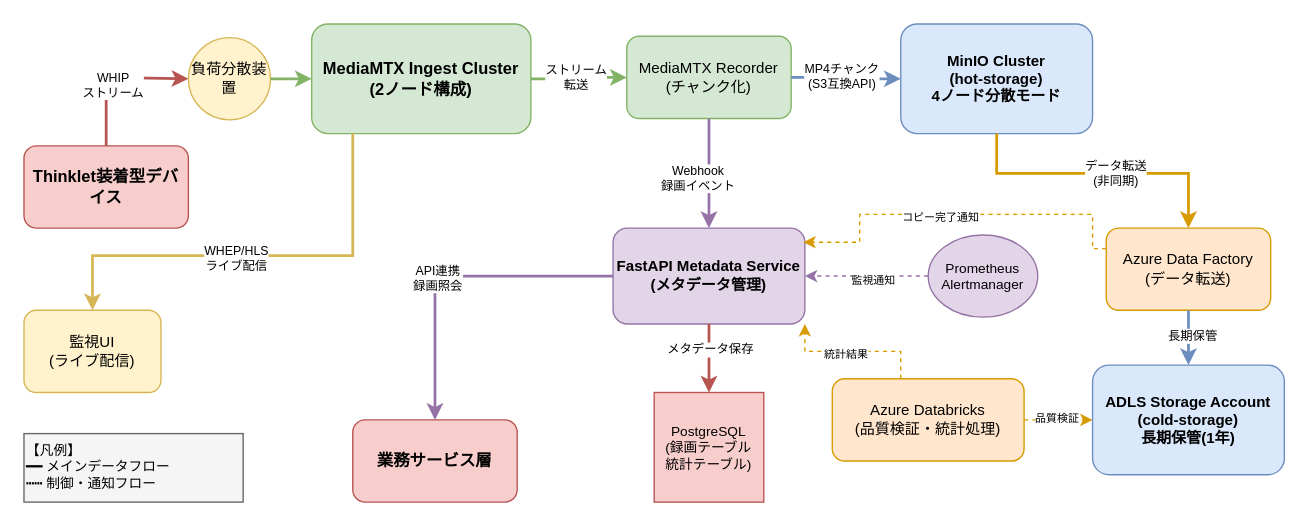
The draw.io diagram docs/03000_設計書/03020_配信・記録層設計/03022_配信・記録層詳細設計/配信・記録層システム関連図.drawio in daichiTAAA/AirakuVision, before the edit. Source tidied: cells renumbered, new cells numbered last; positions are measured from the earlier drawing's top-left corner, leaving out a move shared by most shapes. Both pictures are drawn from the tidied source at 137%, with x=0, y=0 at pixel (23, 23).
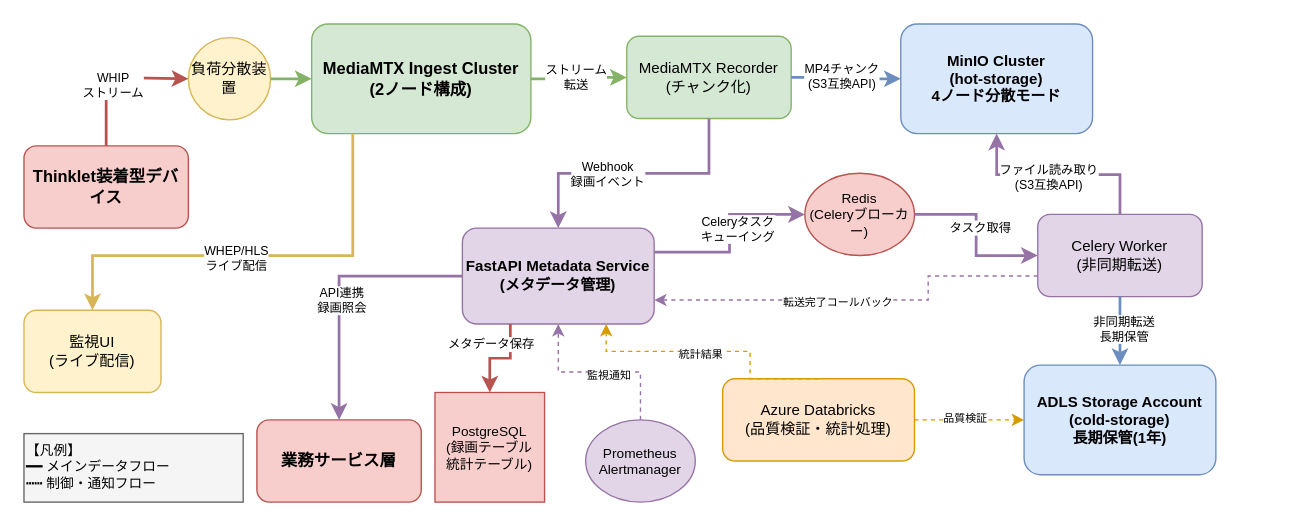
The same page after the edit.

Unchanged cells that the change refers to:
```xml
<mxCell id="6" value="MinIO Cluster&#10;(hot-storage)&#10;4ノード分散モード" style="rounded=1;whiteSpace=wrap;html=1;fillColor=#dae8fc;strokeColor=#6c8ebf;fontSize=11;fontStyle=1;" parent="1" vertex="1">
  <mxGeometry x="640" width="140" height="80" as="geometry" />
</mxCell>
```

What changed in the source:
```diff
@@
-<mxGraphModel>
+<mxGraphModel background="#ffffff">
@@
     <mxCell id="7" value="FastAPI Metadata Service&#10;(メタデータ管理)" style="rounded=1;whiteSpace=wrap;html=1;fillColor=#e1d5e7;strokeColor=#9673a6;fontSize=11;fontStyle=1;" parent="1" vertex="1">
-      <mxGeometry x="430" y="149" width="140" height="70" as="geometry" />
+      <mxGeometry x="320" y="149" width="140" height="70" as="geometry" />
     </mxCell>
     <mxCell id="8" value="PostgreSQL&#10;(録画テーブル&#10;統計テーブル)" style="cylinder3;whiteSpace=wrap;html=1;boundedLbl=1;backgroundOutline=1;size=15;fillColor=#f8cecc;strokeColor=#b85450;fontSize=10;" parent="1" vertex="1">
-      <mxGeometry x="460" y="269" width="80" height="80" as="geometry" />
+      <mxGeometry x="300" y="269" width="80" height="80" as="geometry" />
     </mxCell>
-    <mxCell id="9" value="Azure Data Factory&#10;(データ転送)" style="rounded=1;whiteSpace=wrap;html=1;fillColor=#ffe6cc;strokeColor=#d79b00;fontSize=11;" parent="1" vertex="1">
-      <mxGeometry x="790" y="149" width="120" height="60" as="geometry" />
-    </mxCell>
+    <mxCell id="43" value="Celery Worker&lt;div&gt;(非同期転送)&lt;/div&gt;" style="rounded=1;whiteSpace=wrap;html=1;fillColor=#e1d5e7;strokeColor=#9673a6;fontSize=11;" parent="1" vertex="1">
+      <mxGeometry x="740" y="139" width="120" height="60" as="geometry" />
+    </mxCell>
+    <mxCell id="44" value="Redis&lt;div&gt;(Celeryブローカー)&lt;/div&gt;" style="ellipse;whiteSpace=wrap;html=1;fillColor=#f8cecc;strokeColor=#b85450;fontSize=10;" parent="1" vertex="1">
+      <mxGeometry x="570" y="109" width="80" height="60" as="geometry" />
+    </mxCell>
     <mxCell id="10" value="ADLS Storage Account&#10;(cold-storage)&#10;長期保管(1年)" style="rounded=1;whiteSpace=wrap;html=1;fillColor=#dae8fc;strokeColor=#6c8ebf;fontSize=11;fontStyle=1;" parent="1" vertex="1">
-      <mxGeometry x="780" y="249" width="140" height="80" as="geometry" />
+      <mxGeometry x="730" y="249" width="140" height="80" as="geometry" />
     </mxCell>
     <mxCell id="11" value="Azure Databricks&#10;(品質検証・統計処理)" style="rounded=1;whiteSpace=wrap;html=1;fillColor=#ffe6cc;strokeColor=#d79b00;fontSize=11;" parent="1" vertex="1">
-      <mxGeometry x="590" y="259" width="140" height="60" as="geometry" />
+      <mxGeometry x="510" y="259" width="140" height="60" as="geometry" />
     </mxCell>
     <mxCell id="12" value="業務サービス層" style="rounded=1;whiteSpace=wrap;html=1;fillColor=#f8cecc;strokeColor=#b85450;fontSize=12;fontStyle=1;" parent="1" vertex="1">
-      <mxGeometry x="240" y="289" width="120" height="60" as="geometry" />
+      <mxGeometry x="170" y="289" width="120" height="60" as="geometry" />
     </mxCell>
@@
     <mxCell id="14" value="Prometheus&#10;Alertmanager" style="ellipse;whiteSpace=wrap;html=1;fillColor=#e1d5e7;strokeColor=#9673a6;fontSize=10;" parent="1" vertex="1">
-      <mxGeometry x="660" y="154" width="80" height="60" as="geometry" />
+      <mxGeometry x="410" y="289" width="80" height="60" as="geometry" />
     </mxCell>
@@
-    <mxCell id="24" style="edgeStyle=elbowEdgeStyle;rounded=0;jettySize=auto;html=1;strokeWidth=2;strokeColor=#b85450;exitX=0.5;exitY=1;exitDx=0;exitDy=0;entryX=0.5;entryY=0;entryDx=0;entryDy=0;elbow=vertical;" parent="1" edge="1" source="7" target="8">
+    <mxCell id="24" style="edgeStyle=elbowEdgeStyle;rounded=0;jettySize=auto;html=1;strokeWidth=2;strokeColor=#b85450;exitX=0.25;exitY=1;exitDx=0;exitDy=0;entryX=0.5;entryY=0;entryDx=0;entryDy=0;elbow=vertical;" parent="1" edge="1" source="7" target="8">
       <mxGeometry relative="1" as="geometry" />
     </mxCell>
@@
+    <mxCell id="45" style="edgeStyle=elbowEdgeStyle;rounded=0;jettySize=auto;html=1;strokeWidth=2;strokeColor=#9673a6;entryX=0;entryY=0.5;entryDx=0;entryDy=0;exitX=1;exitY=0.25;exitDx=0;exitDy=0;" parent="1" edge="1" source="7" target="44">
+      <mxGeometry relative="1" as="geometry" />
+    </mxCell>
+    <mxCell id="46" value="Celeryタスク&#10;キューイング" style="edgeLabel;html=1;align=center;verticalAlign=middle;fontSize=9;" parent="45" vertex="1">
+      <mxGeometry x="0.1" y="1" relative="1" as="geometry">
+        <mxPoint x="6" y="4" as="offset" />
+      </mxGeometry>
+    </mxCell>
+    <mxCell id="47" style="edgeStyle=elbowEdgeStyle;rounded=0;jettySize=auto;html=1;strokeWidth=2;strokeColor=#9673a6;entryX=0;entryY=0.5;entryDx=0;entryDy=0;" parent="1" edge="1" source="44" target="43">
+      <mxGeometry relative="1" as="geometry" />
+    </mxCell>
+    <mxCell id="48" value="タスク取得" style="edgeLabel;html=1;align=center;verticalAlign=middle;fontSize=9;" parent="47" vertex="1">
+      <mxGeometry x="-0.1" y="2" relative="1" as="geometry" />
+    </mxCell>
-    <mxCell id="26" style="edgeStyle=orthogonalEdgeStyle;rounded=0;jettySize=auto;html=1;strokeWidth=2;strokeColor=#d79b00;entryX=0.5;entryY=0;entryDx=0;entryDy=0;" parent="1" edge="1" source="6" target="9">
-      <mxGeometry relative="1" as="geometry">
-        <Array as="points">
-          <mxPoint x="710" y="109" />
-          <mxPoint x="850" y="109" />
-        </Array>
-      </mxGeometry>
+    <mxCell id="26" style="edgeStyle=elbowEdgeStyle;rounded=0;jettySize=auto;html=1;strokeWidth=2;strokeColor=#9673a6;entryX=0.5;entryY=1;entryDx=0;entryDy=0;exitX=0.5;exitY=0;exitDx=0;exitDy=0;elbow=vertical;" parent="1" edge="1" source="43" target="6">
+      <mxGeometry relative="1" as="geometry" />
     </mxCell>
-    <mxCell id="27" value="データ転送&#10;(非同期)" style="edgeLabel;html=1;align=center;verticalAlign=middle;fontSize=9;" parent="26" vertex="1">
+    <mxCell id="27" value="ファイル読み取り&#10;(S3互換API)" style="edgeLabel;html=1;align=center;verticalAlign=middle;fontSize=9;" parent="26" vertex="1">
       <mxGeometry x="0.1" y="1" relative="1" as="geometry" />
     </mxCell>
-    <mxCell id="28" style="edgeStyle=orthogonalEdgeStyle;rounded=0;jettySize=auto;html=1;strokeWidth=2;strokeColor=#6c8ebf;" parent="1" edge="1" source="9" target="10">
+    <mxCell id="28" style="edgeStyle=orthogonalEdgeStyle;rounded=0;jettySize=auto;html=1;strokeWidth=2;strokeColor=#6c8ebf;" parent="1" edge="1" source="43" target="10">
       <mxGeometry relative="1" as="geometry" />
     </mxCell>
-    <mxCell id="29" value="長期保管" style="edgeLabel;html=1;align=center;verticalAlign=middle;fontSize=9;" parent="28" vertex="1">
+    <mxCell id="29" value="非同期転送&#10;長期保管" style="edgeLabel;html=1;align=center;verticalAlign=middle;fontSize=9;" parent="28" vertex="1">
       <mxGeometry x="-0.1" y="2" relative="1" as="geometry" />
     </mxCell>
-    <mxCell id="30" style="edgeStyle=orthogonalEdgeStyle;rounded=0;jettySize=auto;html=1;strokeWidth=1;strokeColor=#d79b00;dashed=1;jumpStyle=line;jumpSize=10;entryX=0.992;entryY=0.147;entryDx=0;entryDy=0;entryPerimeter=0;exitX=0;exitY=0.25;exitDx=0;exitDy=0;" parent="1" edge="1" source="9" target="7">
+    <mxCell id="30" style="edgeStyle=orthogonalEdgeStyle;rounded=0;jettySize=auto;html=1;strokeWidth=1;strokeColor=#9673a6;dashed=1;jumpStyle=line;jumpSize=10;entryX=1;entryY=0.75;entryDx=0;entryDy=0;exitX=0;exitY=0.75;exitDx=0;exitDy=0;" parent="1" edge="1" source="43" target="7">
       <mxGeometry relative="1" as="geometry">
         <Array as="points">
-          <mxPoint x="780" y="164" />
-          <mxPoint x="780" y="139" />
-          <mxPoint x="610" y="139" />
-          <mxPoint x="610" y="159" />
+          <mxPoint x="660" y="184" />
+          <mxPoint x="660" y="202" />
         </Array>
       </mxGeometry>
     </mxCell>
-    <mxCell id="31" value="コピー完了通知" style="edgeLabel;html=1;align=center;verticalAlign=middle;fontSize=8;" parent="30" vertex="1">
+    <mxCell id="31" value="転送完了コールバック" style="edgeLabel;html=1;align=center;verticalAlign=middle;fontSize=8;" parent="30" vertex="1">
       <mxGeometry x="0.1" y="1" relative="1" as="geometry" />
     </mxCell>
@@
-    <mxCell id="34" style="edgeStyle=orthogonalEdgeStyle;rounded=0;jettySize=auto;html=1;strokeWidth=1;strokeColor=#d79b00;dashed=1;" parent="1" edge="1" source="11" target="7">
+    <mxCell id="34" style="edgeStyle=orthogonalEdgeStyle;rounded=0;jettySize=auto;html=1;strokeWidth=1;strokeColor=#d79b00;dashed=1;entryX=0.75;entryY=1;entryDx=0;entryDy=0;exitX=0.5;exitY=0;exitDx=0;exitDy=0;" parent="1" edge="1" source="11" target="7">
       <mxGeometry relative="1" as="geometry">
         <Array as="points">
-          <mxPoint x="640" y="239" />
-          <mxPoint x="570" y="239" />
+          <mxPoint x="530" y="239" />
+          <mxPoint x="425" y="239" />
         </Array>
       </mxGeometry>
     </mxCell>
@@
-    <mxCell id="36" style="edgeStyle=orthogonalEdgeStyle;rounded=0;jettySize=auto;html=1;strokeWidth=2;strokeColor=#9673a6;exitX=0;exitY=0.5;exitDx=0;exitDy=0;" parent="1" edge="1" source="7" target="12">
+    <mxCell id="36" style="edgeStyle=orthogonalEdgeStyle;rounded=0;jettySize=auto;html=1;strokeWidth=2;strokeColor=#9673a6;exitX=0;exitY=0.5;exitDx=0;exitDy=0;entryX=0.5;entryY=0;entryDx=0;entryDy=0;" parent="1" edge="1" source="7" target="12">
       <mxGeometry relative="1" as="geometry">
         <Array as="points">
-          <mxPoint x="300" y="184" />
+          <mxPoint x="230" y="184" />
         </Array>
       </mxGeometry>
     </mxCell>
```
